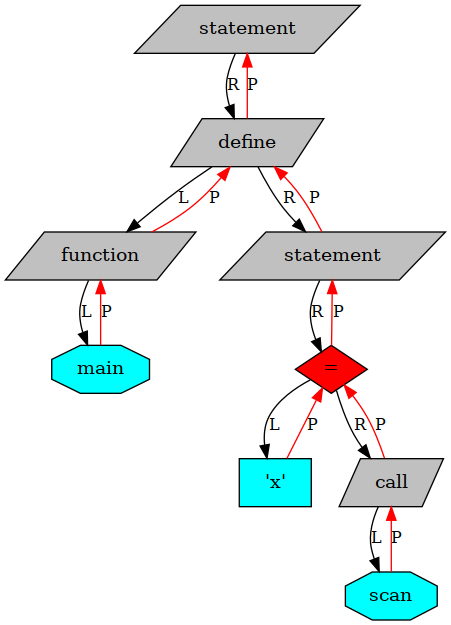
This is graphviz.png from vihlancevk/MyProgrammingLanguage, a Graphviz export, as it was before one commit. Its source is kept beside it as graphviz.gv.
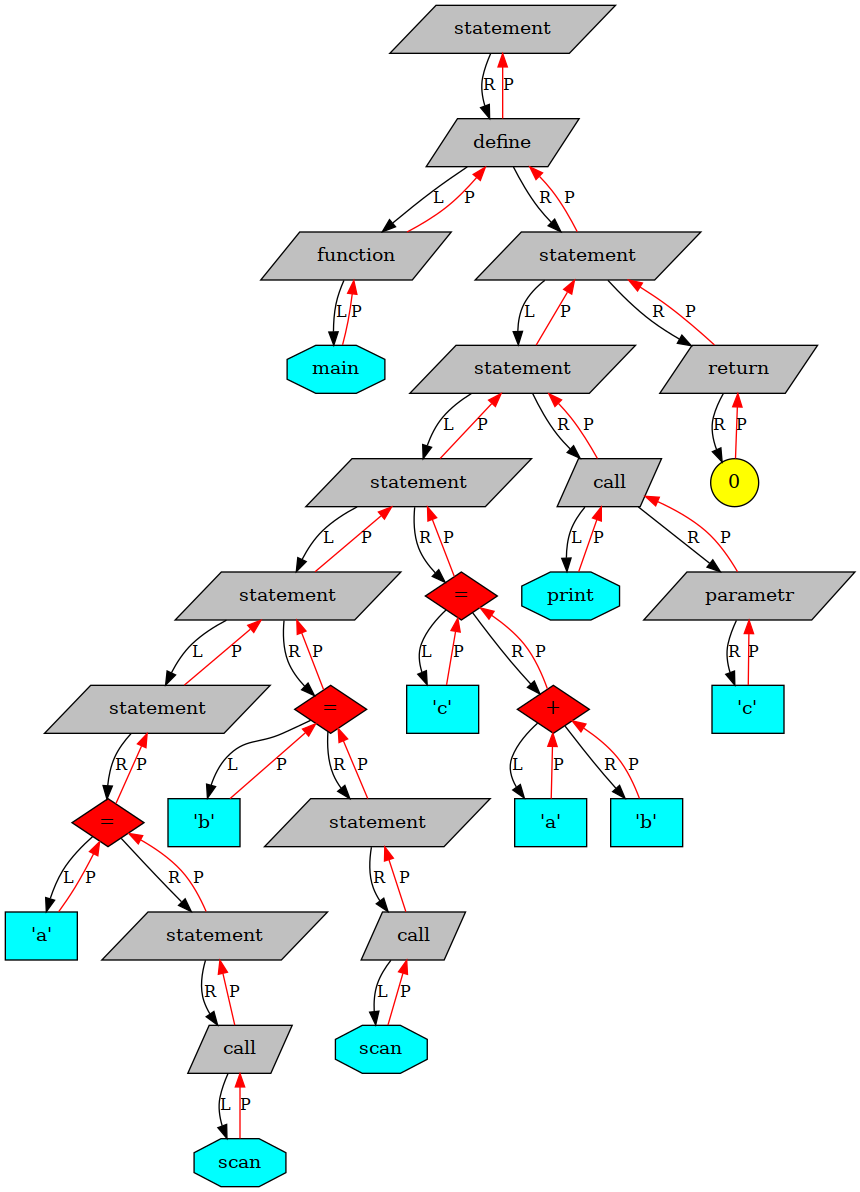
The same diagram one commit later.

Change to the diagram source:
```diff
@@ -4,31 +4,94 @@
 
 	node[fontsize=14];
 
-	94452101478416[shape=record, shape=parallelogram, style="filled", fillcolor=grey, label="statement"];
-	94452101478480[shape=record, shape=parallelogram, style="filled", fillcolor=grey, label="define"];
-	94452101478672[shape=record, shape=parallelogram, style="filled", fillcolor=grey, label="function"];
-	94452101478864[shape=record, shape=octagon, style="filled", fillcolor=cyan, label="main"];
-	94452101479056[shape=record, shape=parallelogram, style="filled", fillcolor=grey, label="statement"];
-	94452101479120[shape=record, shape=diamond, style="filled", fillcolor=red, label="="];
-	94452101479312[shape=record, shape=rectangle, style="filled", fillcolor=cyan, label="'x'"];
-	94452101479408[shape=record, shape=parallelogram, style="filled", fillcolor=grey, label="call"];
-	94452101479472[shape=record, shape=octagon, style="filled", fillcolor=cyan, label="scan"];
+	94499027211712[shape=record, shape=parallelogram, style="filled", fillcolor=grey, label="statement"];
+	94499027211776[shape=record, shape=parallelogram, style="filled", fillcolor=grey, label="define"];
+	94499027211968[shape=record, shape=parallelogram, style="filled", fillcolor=grey, label="function"];
+	94499027212160[shape=record, shape=octagon, style="filled", fillcolor=cyan, label="main"];
+	94499027234912[shape=record, shape=parallelogram, style="filled", fillcolor=grey, label="statement"];
+	94499027233664[shape=record, shape=parallelogram, style="filled", fillcolor=grey, label="statement"];
+	94499027215232[shape=record, shape=parallelogram, style="filled", fillcolor=grey, label="statement"];
+	94499027213792[shape=record, shape=parallelogram, style="filled", fillcolor=grey, label="statement"];
+	94499027212352[shape=record, shape=parallelogram, style="filled", fillcolor=grey, label="statement"];
+	94499027212416[shape=record, shape=diamond, style="filled", fillcolor=red, label="="];
+	94499027212608[shape=record, shape=rectangle, style="filled", fillcolor=cyan, label="'a'"];
+	94499027213088[shape=record, shape=parallelogram, style="filled", fillcolor=grey, label="statement"];
+	94499027213152[shape=record, shape=parallelogram, style="filled", fillcolor=grey, label="call"];
+	94499027213344[shape=record, shape=octagon, style="filled", fillcolor=cyan, label="scan"];
+	94499027213856[shape=record, shape=diamond, style="filled", fillcolor=red, label="="];
+	94499027214048[shape=record, shape=rectangle, style="filled", fillcolor=cyan, label="'b'"];
+	94499027214528[shape=record, shape=parallelogram, style="filled", fillcolor=grey, label="statement"];
+	94499027214592[shape=record, shape=parallelogram, style="filled", fillcolor=grey, label="call"];
+	94499027214784[shape=record, shape=octagon, style="filled", fillcolor=cyan, label="scan"];
+	94499027215296[shape=record, shape=diamond, style="filled", fillcolor=red, label="="];
+	94499027231616[shape=record, shape=rectangle, style="filled", fillcolor=cyan, label="'c'"];
+	94499027233056[shape=record, shape=diamond, style="filled", fillcolor=red, label="+"];
+	94499027232096[shape=record, shape=rectangle, style="filled", fillcolor=cyan, label="'a'"];
+	94499027232576[shape=record, shape=rectangle, style="filled", fillcolor=cyan, label="'b'"];
+	94499027233728[shape=record, shape=parallelogram, style="filled", fillcolor=grey, label="call"];
+	94499027233920[shape=record, shape=octagon, style="filled", fillcolor=cyan, label="print"];
+	94499027234112[shape=record, shape=parallelogram, style="filled", fillcolor=grey, label="parametr"];
+	94499027234176[shape=record, shape=rectangle, style="filled", fillcolor=cyan, label="'c'"];
+	94499027234976[shape=record, shape=parallelogram, style="filled", fillcolor=grey, label="return"];
+	94499027235168[shape=record, shape=circle, style="filled", fillcolor=yellow, label="0"];
 
-	94452101478416 -> 94452101478480[label = "R", fontsize=12]
-	94452101478480 -> 94452101478416[label = "P", color=red, fontsize=12]
-	94452101478480 -> 94452101478672[label = "L", fontsize=12]
-	94452101478480 -> 94452101479056[label = "R", fontsize=12]
-	94452101478672 -> 94452101478480[label = "P", color=red, fontsize=12]
-	94452101478672 -> 94452101478864[label = "L", fontsize=12]
-	94452101478864 -> 94452101478672[label = "P", color=red, fontsize=12]
-	94452101479056 -> 94452101478480[label = "P", color=red, fontsize=12]
-	94452101479056 -> 94452101479120[label = "R", fontsize=12]
-	94452101479120 -> 94452101479056[label = "P", color=red, fontsize=12]
-	94452101479120 -> 94452101479312[label = "L", fontsize=12]
-	94452101479120 -> 94452101479408[label = "R", fontsize=12]
-	94452101479312 -> 94452101479120[label = "P", color=red, fontsize=12]
-	94452101479408 -> 94452101479120[label = "P", color=red, fontsize=12]
-	94452101479408 -> 94452101479472[label = "L", fontsize=12]
-	94452101479472 -> 94452101479408[label = "P", color=red, fontsize=12]
+	94499027211712 -> 94499027211776[label = "R", fontsize=12]
+	94499027211776 -> 94499027211712[label = "P", color=red, fontsize=12]
+	94499027211776 -> 94499027211968[label = "L", fontsize=12]
+	94499027211776 -> 94499027234912[label = "R", fontsize=12]
+	94499027211968 -> 94499027211776[label = "P", color=red, fontsize=12]
+	94499027211968 -> 94499027212160[label = "L", fontsize=12]
+	94499027212160 -> 94499027211968[label = "P", color=red, fontsize=12]
+	94499027234912 -> 94499027211776[label = "P", color=red, fontsize=12]
+	94499027234912 -> 94499027233664[label = "L", fontsize=12]
+	94499027234912 -> 94499027234976[label = "R", fontsize=12]
+	94499027233664 -> 94499027234912[label = "P", color=red, fontsize=12]
+	94499027233664 -> 94499027215232[label = "L", fontsize=12]
+	94499027233664 -> 94499027233728[label = "R", fontsize=12]
+	94499027215232 -> 94499027233664[label = "P", color=red, fontsize=12]
+	94499027215232 -> 94499027213792[label = "L", fontsize=12]
+	94499027215232 -> 94499027215296[label = "R", fontsize=12]
+	94499027213792 -> 94499027215232[label = "P", color=red, fontsize=12]
+	94499027213792 -> 94499027212352[label = "L", fontsize=12]
+	94499027213792 -> 94499027213856[label = "R", fontsize=12]
+	94499027212352 -> 94499027213792[label = "P", color=red, fontsize=12]
+	94499027212352 -> 94499027212416[label = "R", fontsize=12]
+	94499027212416 -> 94499027212352[label = "P", color=red, fontsize=12]
+	94499027212416 -> 94499027212608[label = "L", fontsize=12]
+	94499027212416 -> 94499027213088[label = "R", fontsize=12]
+	94499027212608 -> 94499027212416[label = "P", color=red, fontsize=12]
+	94499027213088 -> 94499027212416[label = "P", color=red, fontsize=12]
+	94499027213088 -> 94499027213152[label = "R", fontsize=12]
+	94499027213152 -> 94499027213088[label = "P", color=red, fontsize=12]
+	94499027213152 -> 94499027213344[label = "L", fontsize=12]
+	94499027213344 -> 94499027213152[label = "P", color=red, fontsize=12]
+	94499027213856 -> 94499027213792[label = "P", color=red, fontsize=12]
+	94499027213856 -> 94499027214048[label = "L", fontsize=12]
+	94499027213856 -> 94499027214528[label = "R", fontsize=12]
+	94499027214048 -> 94499027213856[label = "P", color=red, fontsize=12]
+	94499027214528 -> 94499027213856[label = "P", color=red, fontsize=12]
+	94499027214528 -> 94499027214592[label = "R", fontsize=12]
+	94499027214592 -> 94499027214528[label = "P", color=red, fontsize=12]
+	94499027214592 -> 94499027214784[label = "L", fontsize=12]
+	94499027214784 -> 94499027214592[label = "P", color=red, fontsize=12]
+	94499027215296 -> 94499027215232[label = "P", color=red, fontsize=12]
+	94499027215296 -> 94499027231616[label = "L", fontsize=12]
+	94499027215296 -> 94499027233056[label = "R", fontsize=12]
+	94499027231616 -> 94499027215296[label = "P", color=red, fontsize=12]
+	94499027233056 -> 94499027215296[label = "P", color=red, fontsize=12]
+	94499027233056 -> 94499027232096[label = "L", fontsize=12]
+	94499027233056 -> 94499027232576[label = "R", fontsize=12]
+	94499027232096 -> 94499027233056[label = "P", color=red, fontsize=12]
+	94499027232576 -> 94499027233056[label = "P", color=red, fontsize=12]
+	94499027233728 -> 94499027233664[label = "P", color=red, fontsize=12]
+	94499027233728 -> 94499027233920[label = "L", fontsize=12]
+	94499027233728 -> 94499027234112[label = "R", fontsize=12]
+	94499027233920 -> 94499027233728[label = "P", color=red, fontsize=12]
+	94499027234112 -> 94499027233728[label = "P", color=red, fontsize=12]
+	94499027234112 -> 94499027234176[label = "R", fontsize=12]
+	94499027234176 -> 94499027234112[label = "P", color=red, fontsize=12]
+	94499027234976 -> 94499027234912[label = "P", color=red, fontsize=12]
+	94499027234976 -> 94499027235168[label = "R", fontsize=12]
+	94499027235168 -> 94499027234976[label = "P", color=red, fontsize=12]
 
 }
```
